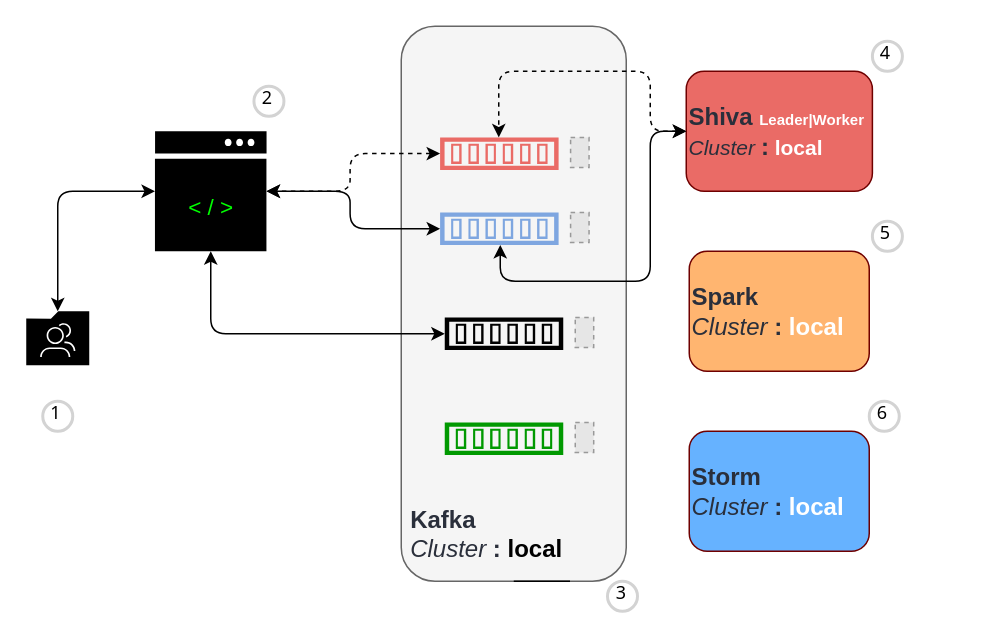
The draw.io diagram drawio/schemas/reference-standalone-configuration.drawio in punchplatform/material, before the edit. Source tidied: cells renumbered, new cells numbered last; positions are measured from the earlier drawing's top-left corner, leaving out a move shared by most shapes. Both pictures are drawn from the tidied source at 150%, with x=0, y=0 at pixel (26, 26). Pictures stored in the file or linked from it are replaced by grey dashed boxes.
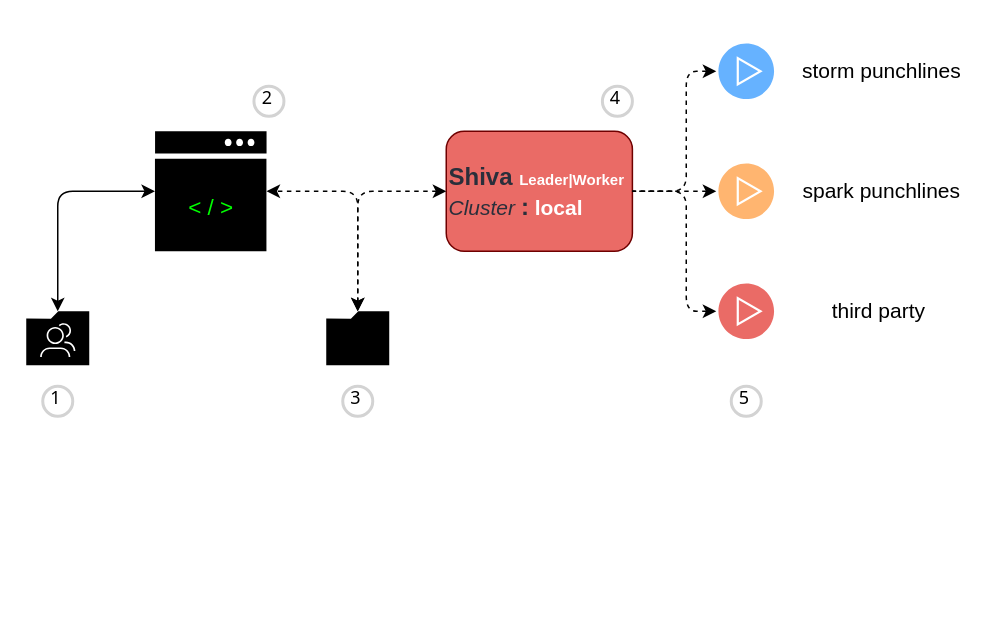
The same page after the edit.

Unchanged cells that the change refers to:
```xml
<mxCell id="5" style="shadow=0;dashed=0;html=1;strokeColor=none;fillColor=#000000;labelPosition=center;verticalLabelPosition=bottom;verticalAlign=top;align=center;outlineConnect=0;shape=mxgraph.veeam2.interface_console;" parent="4" vertex="1">
  <mxGeometry x="2.8" width="74.4" height="80" as="geometry" />
</mxCell>
```

Diff of the diagram source:
```diff
@@
-    <mxCell id="2" value="&lt;font style=&quot;font-size: 16px&quot;&gt;&lt;b&gt;&lt;font color=&quot;#2a2f3b&quot; style=&quot;font-size: 16px&quot;&gt;&lt;br&gt;&lt;br&gt;&lt;br&gt;&lt;br&gt;&lt;br&gt;&lt;br&gt;&lt;br&gt;&lt;br&gt;&lt;br&gt;&lt;br&gt;&lt;br&gt;&lt;br&gt;&lt;br&gt;&lt;br&gt;&lt;br&gt;&lt;br&gt;&amp;nbsp;Kafka&lt;/font&gt;&lt;/b&gt;&lt;br&gt;&lt;font color=&quot;#2a2f3b&quot; style=&quot;font-size: 16px&quot;&gt;&lt;i&gt;&amp;nbsp;Cluster&lt;/i&gt;&amp;nbsp;&lt;/font&gt;&lt;b&gt;&lt;font color=&quot;#2a2f3b&quot; style=&quot;font-size: 16px&quot;&gt;:&lt;/font&gt; &lt;font color=&quot;#000000&quot;&gt;local&lt;/font&gt;&lt;/b&gt;&lt;br&gt;&lt;/font&gt;" style="rounded=1;whiteSpace=wrap;html=1;fillColor=#f5f5f5;strokeColor=#666666;align=left;fontColor=#333333;" parent="1" vertex="1">
-      <mxGeometry x="250" width="150" height="370" as="geometry" />
-    </mxCell>
-    <mxCell id="3" style="edgeStyle=orthogonalEdgeStyle;rounded=1;jettySize=auto;html=1;startArrow=classic;startFill=1;dashed=1;" parent="1" edge="1" source="16" target="5">
+    <mxCell id="3" style="edgeStyle=orthogonalEdgeStyle;rounded=1;jettySize=auto;html=1;startArrow=classic;startFill=1;dashed=1;" parent="1" edge="1" source="37" target="5">
       <mxGeometry relative="1" as="geometry">
         <Array as="points">
-          <mxPoint x="215.9" y="110" />
+          <mxPoint x="221" y="110" />
         </Array>
       </mxGeometry>
     </mxCell>
@@
     <mxCell id="7" value="&lt;font&gt;&lt;b&gt;&lt;font color=&quot;#2a2f3b&quot; style=&quot;font-size: 16px&quot;&gt;Shiva &lt;/font&gt;&lt;font style=&quot;font-size: 10px&quot;&gt;Leader|Worker&lt;/font&gt;&lt;/b&gt;&lt;br&gt;&lt;font color=&quot;#2a2f3b&quot; style=&quot;font-size: 14px&quot;&gt;&lt;i&gt;Cluster&lt;/i&gt;&amp;nbsp;&lt;/font&gt;&lt;b style=&quot;font-size: 14px&quot;&gt;&lt;font color=&quot;#2a2f3b&quot; style=&quot;font-size: 16px&quot;&gt;:&lt;/font&gt; local&lt;/b&gt;&lt;br&gt;&lt;/font&gt;" style="rounded=1;whiteSpace=wrap;html=1;fillColor=#EA6B66;strokeColor=#6F0000;align=left;fontColor=#ffffff;" parent="1" vertex="1">
-      <mxGeometry x="440" y="30" width="124.1" height="80" as="geometry" />
+      <mxGeometry x="280" y="70" width="124.1" height="80" as="geometry" />
     </mxCell>
-    <mxCell id="8" style="group;" parent="1" vertex="1">
-      <mxGeometry x="275.9" y="120" width="128.5" height="30" as="geometry" />
-    </mxCell>
-    <mxCell id="9" style="group;" parent="8" vertex="1">
-      <mxGeometry width="128.5" height="30" as="geometry" />
-    </mxCell>
-    <mxCell id="10" style="shadow=0;dashed=0;html=1;strokeColor=none;fillColor=#7EA6E0;labelPosition=center;verticalLabelPosition=bottom;verticalAlign=top;align=center;outlineConnect=0;shape=mxgraph.veeam2.storage_snapshot;" parent="9" vertex="1">
-      <mxGeometry y="4.1" width="79" height="21.7" as="geometry" />
-    </mxCell>
-    <mxCell id="11" style="fillColor=#E6E6E6;strokeColor=#999999;dashed=1;verticalLabelPosition=bottom;labelBackgroundColor=#ffffff;verticalAlign=top;" parent="9" vertex="1">
-      <mxGeometry x="87" y="4.1" width="12.3" height="20" as="geometry" />
-    </mxCell>
-    <mxCell id="12" style="edgeStyle=orthogonalEdgeStyle;rounded=1;jettySize=auto;html=1;startArrow=classic;startFill=1;dashed=1;exitX=0;exitY=0.5;exitDx=0;exitDy=0;" parent="1" edge="1" source="7" target="16">
+    <mxCell id="12" style="edgeStyle=orthogonalEdgeStyle;rounded=1;jettySize=auto;html=1;startArrow=classic;startFill=1;dashed=1;exitX=0;exitY=0.5;exitDx=0;exitDy=0;" parent="1" edge="1" source="7" target="37">
       <mxGeometry relative="1" as="geometry">
         <Array as="points">
-          <mxPoint x="416" y="70" />
-          <mxPoint x="416" y="30" />
-          <mxPoint x="315" y="30" />
+          <mxPoint x="221" y="110" />
         </Array>
       </mxGeometry>
     </mxCell>
-    <mxCell id="13" style="edgeStyle=orthogonalEdgeStyle;rounded=1;jettySize=auto;html=1;startArrow=classic;startFill=1;" parent="1" edge="1" source="10" target="5">
-      <mxGeometry relative="1" as="geometry">
-        <Array as="points">
-          <mxPoint x="215.9" y="135" />
-          <mxPoint x="215.9" y="110" />
-        </Array>
-      </mxGeometry>
-    </mxCell>
-    <mxCell id="14" style="edgeStyle=orthogonalEdgeStyle;rounded=1;jettySize=auto;html=1;startArrow=classic;startFill=1;exitX=0;exitY=0.5;exitDx=0;exitDy=0;" parent="1" edge="1" source="7" target="10">
-      <mxGeometry relative="1" as="geometry">
-        <Array as="points">
-          <mxPoint x="416" y="70" />
-          <mxPoint x="416" y="170" />
-          <mxPoint x="316" y="170" />
-        </Array>
-      </mxGeometry>
-    </mxCell>
-    <mxCell id="15" style="group;" parent="1" vertex="1">
-      <mxGeometry x="275.9" y="70" width="108.5" height="30" as="geometry" />
-    </mxCell>
-    <mxCell id="16" style="shadow=0;dashed=0;html=1;strokeColor=none;fillColor=#EA6B66;labelPosition=center;verticalLabelPosition=bottom;verticalAlign=top;align=center;outlineConnect=0;shape=mxgraph.veeam2.storage_snapshot;" parent="15" vertex="1">
-      <mxGeometry y="4.1" width="79" height="21.7" as="geometry" />
-    </mxCell>
-    <mxCell id="17" style="fillColor=#E6E6E6;strokeColor=#999999;dashed=1;verticalLabelPosition=bottom;labelBackgroundColor=#ffffff;verticalAlign=top;" parent="15" vertex="1">
-      <mxGeometry x="87" y="4.1" width="12.3" height="20" as="geometry" />
-    </mxCell>
     <mxCell id="18" value="1" style="ellipse;whiteSpace=wrap;html=1;strokeWidth=2;fontFamily=Tahoma;spacingBottom=4;spacingRight=2;strokeColor=#d3d3d3;fillColor=none;" parent="1" vertex="1">
-      <mxGeometry x="11" y="250" width="20" height="20" as="geometry" />
+      <mxGeometry x="11" y="240" width="20" height="20" as="geometry" />
     </mxCell>
@@
-    <mxCell id="21" style="group;" parent="1" vertex="1">
-      <mxGeometry x="279" y="190" width="108.5" height="30" as="geometry" />
-    </mxCell>
-    <mxCell id="22" style="group;" parent="21" vertex="1">
-      <mxGeometry width="108.5" height="30" as="geometry" />
-    </mxCell>
-    <mxCell id="23" style="shadow=0;dashed=0;html=1;strokeColor=none;fillColor=#000000;labelPosition=center;verticalLabelPosition=bottom;verticalAlign=top;align=center;outlineConnect=0;shape=mxgraph.veeam2.storage_snapshot;" parent="22" vertex="1">
-      <mxGeometry y="4.1" width="79" height="21.7" as="geometry" />
-    </mxCell>
-    <mxCell id="24" style="fillColor=#E6E6E6;strokeColor=#999999;dashed=1;verticalLabelPosition=bottom;labelBackgroundColor=#ffffff;verticalAlign=top;" parent="22" vertex="1">
-      <mxGeometry x="87" y="4.1" width="12.3" height="20" as="geometry" />
-    </mxCell>
-    <mxCell id="25" style="edgeStyle=orthogonalEdgeStyle;rounded=1;jettySize=auto;html=1;startArrow=classic;startFill=1;" parent="1" edge="1" source="23" target="5">
-      <mxGeometry relative="1" as="geometry">
-        <Array as="points">
-          <mxPoint x="123" y="205" />
-        </Array>
-      </mxGeometry>
-    </mxCell>
-    <mxCell id="26" value="&lt;font style=&quot;font-size: 16px&quot;&gt;&lt;b&gt;&lt;font color=&quot;#2a2f3b&quot; style=&quot;font-size: 16px&quot;&gt;Spark&lt;/font&gt;&lt;/b&gt;&lt;br&gt;&lt;font color=&quot;#2a2f3b&quot; style=&quot;font-size: 16px&quot;&gt;&lt;i&gt;Cluster&lt;/i&gt;&amp;nbsp;&lt;/font&gt;&lt;b&gt;&lt;font color=&quot;#2a2f3b&quot; style=&quot;font-size: 16px&quot;&gt;:&lt;/font&gt; local&lt;/b&gt;&lt;br&gt;&lt;/font&gt;" style="rounded=1;whiteSpace=wrap;html=1;fillColor=#FFB570;strokeColor=#6F0000;align=left;fontColor=#ffffff;" parent="1" vertex="1">
-      <mxGeometry x="442" y="150" width="120" height="80" as="geometry" />
-    </mxCell>
-    <mxCell id="27" value="&lt;font style=&quot;font-size: 16px&quot;&gt;&lt;b&gt;&lt;font color=&quot;#2a2f3b&quot; style=&quot;font-size: 16px&quot;&gt;Storm&lt;/font&gt;&lt;/b&gt;&lt;br&gt;&lt;font color=&quot;#2a2f3b&quot; style=&quot;font-size: 16px&quot;&gt;&lt;i&gt;Cluster&lt;/i&gt;&amp;nbsp;&lt;/font&gt;&lt;b&gt;&lt;font color=&quot;#2a2f3b&quot; style=&quot;font-size: 16px&quot;&gt;:&lt;/font&gt; local&lt;/b&gt;&lt;br&gt;&lt;/font&gt;" style="rounded=1;whiteSpace=wrap;html=1;fillColor=#66B2FF;strokeColor=#6F0000;align=left;fontColor=#ffffff;" parent="1" vertex="1">
-      <mxGeometry x="442" y="270" width="120" height="80" as="geometry" />
-    </mxCell>
-    <mxCell id="28" style="edgeStyle=orthogonalEdgeStyle;rounded=0;orthogonalLoop=1;jettySize=auto;html=1;exitX=0.75;exitY=1;exitDx=0;exitDy=0;entryX=0.5;entryY=1;entryDx=0;entryDy=0;startArrow=none;startFill=0;endArrow=none;endFill=0;" parent="1" edge="1" source="2" target="2">
-      <mxGeometry relative="1" as="geometry" />
-    </mxCell>
@@
+    <mxCell id="31" value="4" style="ellipse;whiteSpace=wrap;html=1;strokeWidth=2;fontFamily=Tahoma;spacingBottom=4;spacingRight=2;strokeColor=#d3d3d3;fillColor=none;" parent="1" vertex="1">
+      <mxGeometry x="384.1" y="40" width="20" height="20" as="geometry" />
+    </mxCell>
+    <mxCell id="37" style="shadow=0;dashed=0;html=1;strokeColor=#314354;fillColor=#000000;labelPosition=center;verticalLabelPosition=bottom;verticalAlign=top;align=center;outlineConnect=0;shape=mxgraph.veeam2.folder;fontColor=#ffffff;" parent="1" vertex="1">
+      <mxGeometry x="200" y="190" width="42" height="36" as="geometry" />
+    </mxCell>
     <mxCell id="30" value="3" style="ellipse;whiteSpace=wrap;html=1;strokeWidth=2;fontFamily=Tahoma;spacingBottom=4;spacingRight=2;strokeColor=#d3d3d3;fillColor=none;" parent="1" vertex="1">
-      <mxGeometry x="387.5" y="370" width="20" height="20" as="geometry" />
+      <mxGeometry x="211" y="240" width="20" height="20" as="geometry" />
     </mxCell>
-    <mxCell id="31" value="4" style="ellipse;whiteSpace=wrap;html=1;strokeWidth=2;fontFamily=Tahoma;spacingBottom=4;spacingRight=2;strokeColor=#d3d3d3;fillColor=none;" parent="1" vertex="1">
-      <mxGeometry x="564.1" y="10" width="20" height="20" as="geometry" />
-    </mxCell>
+    <mxCell id="38" style="shadow=0;dashed=0;html=1;strokeColor=#b46504;fillColor=#FFB570;labelPosition=center;verticalLabelPosition=bottom;verticalAlign=top;align=center;outlineConnect=0;shape=mxgraph.veeam2.running_playing;" parent="1" vertex="1">
+      <mxGeometry x="460" y="90" width="40" height="40" as="geometry" />
+    </mxCell>
+    <mxCell id="39" style="shadow=0;dashed=0;html=1;strokeColor=#b46504;fillColor=#66B2FF;labelPosition=center;verticalLabelPosition=bottom;verticalAlign=top;align=center;outlineConnect=0;shape=mxgraph.veeam2.running_playing;" parent="1" vertex="1">
+      <mxGeometry x="460" y="10" width="40" height="40" as="geometry" />
+    </mxCell>
+    <mxCell id="40" style="shadow=0;dashed=0;html=1;strokeColor=#b46504;fillColor=#EA6B66;labelPosition=center;verticalLabelPosition=bottom;verticalAlign=top;align=center;shape=mxgraph.veeam2.running_playing;" parent="1" vertex="1">
+      <mxGeometry x="460" y="170" width="40" height="40" as="geometry" />
+    </mxCell>
+    <mxCell id="41" value="&lt;font style=&quot;font-size: 14px&quot;&gt;spark punchlines&lt;/font&gt;" style="text;html=1;align=center;verticalAlign=middle;fillColor=none;strokeColor=none;rounded=0;" parent="1" vertex="1">
+      <mxGeometry x="510" y="100" width="120" height="20" as="geometry" />
+    </mxCell>
+    <mxCell id="42" value="&lt;font style=&quot;font-size: 14px&quot;&gt;third party&amp;nbsp;&lt;/font&gt;" style="text;html=1;align=center;verticalAlign=middle;fillColor=none;strokeColor=none;rounded=0;" parent="1" vertex="1">
+      <mxGeometry x="530" y="180" width="80" height="20" as="geometry" />
+    </mxCell>
+    <mxCell id="43" value="&lt;font style=&quot;font-size: 14px&quot;&gt;storm punchlines&lt;/font&gt;" style="text;html=1;align=center;verticalAlign=middle;fillColor=none;strokeColor=none;rounded=0;" parent="1" vertex="1">
+      <mxGeometry x="510" y="20" width="120" height="20" as="geometry" />
+    </mxCell>
+    <mxCell id="44" style="edgeStyle=orthogonalEdgeStyle;rounded=1;jettySize=auto;html=1;startArrow=classic;startFill=1;dashed=1;entryX=1;entryY=0.5;entryDx=0;entryDy=0;endArrow=none;endFill=0;" parent="1" edge="1" source="39" target="7">
+      <mxGeometry relative="1" as="geometry">
+        <Array as="points">
+          <mxPoint x="440" y="30" />
+          <mxPoint x="440" y="110" />
+        </Array>
+      </mxGeometry>
+    </mxCell>
+    <mxCell id="45" style="edgeStyle=orthogonalEdgeStyle;rounded=1;jettySize=auto;html=1;startArrow=classic;startFill=1;dashed=1;entryX=1;entryY=0.5;entryDx=0;entryDy=0;endArrow=none;endFill=0;" parent="1" edge="1" target="7">
+      <mxGeometry relative="1" as="geometry">
+        <mxPoint x="460" y="190" as="sourcePoint" />
+        <Array as="points">
+          <mxPoint x="440" y="190" />
+          <mxPoint x="440" y="110" />
+        </Array>
+      </mxGeometry>
+    </mxCell>
+    <mxCell id="46" style="edgeStyle=orthogonalEdgeStyle;rounded=1;jettySize=auto;html=1;startArrow=classic;startFill=1;dashed=1;entryX=1;entryY=0.5;entryDx=0;entryDy=0;endArrow=none;endFill=0;" parent="1" edge="1" source="38" target="7">
+      <mxGeometry relative="1" as="geometry">
+        <Array as="points">
+          <mxPoint x="430" y="110" />
+          <mxPoint x="430" y="110" />
+        </Array>
+      </mxGeometry>
+    </mxCell>
     <mxCell id="32" value="5" style="ellipse;whiteSpace=wrap;html=1;strokeWidth=2;fontFamily=Tahoma;spacingBottom=4;spacingRight=2;strokeColor=#d3d3d3;fillColor=none;" parent="1" vertex="1">
-      <mxGeometry x="564.1" y="130" width="20" height="20" as="geometry" />
+      <mxGeometry x="470" y="240" width="20" height="20" as="geometry" />
     </mxCell>
-    <mxCell id="33" value="6" style="ellipse;whiteSpace=wrap;html=1;strokeWidth=2;fontFamily=Tahoma;spacingBottom=4;spacingRight=2;strokeColor=#d3d3d3;fillColor=none;" parent="1" vertex="1">
-      <mxGeometry x="562" y="250" width="20" height="20" as="geometry" />
-    </mxCell>
-    <mxCell id="34" style="group;" parent="1" vertex="1">
-      <mxGeometry x="279" y="264.1" width="99.3" height="21.7" as="geometry" />
-    </mxCell>
-    <mxCell id="35" style="shadow=0;dashed=0;html=1;strokeColor=none;fillColor=#009900;labelPosition=center;verticalLabelPosition=bottom;verticalAlign=top;align=center;shape=mxgraph.veeam2.storage_snapshot;" parent="34" vertex="1">
-      <mxGeometry width="79" height="21.7" as="geometry" />
-    </mxCell>
-    <mxCell id="36" style="fillColor=#E6E6E6;strokeColor=#999999;dashed=1;verticalLabelPosition=bottom;labelBackgroundColor=#ffffff;verticalAlign=top;" parent="34" vertex="1">
-      <mxGeometry x="87" width="12.3" height="20" as="geometry" />
-    </mxCell>
```
